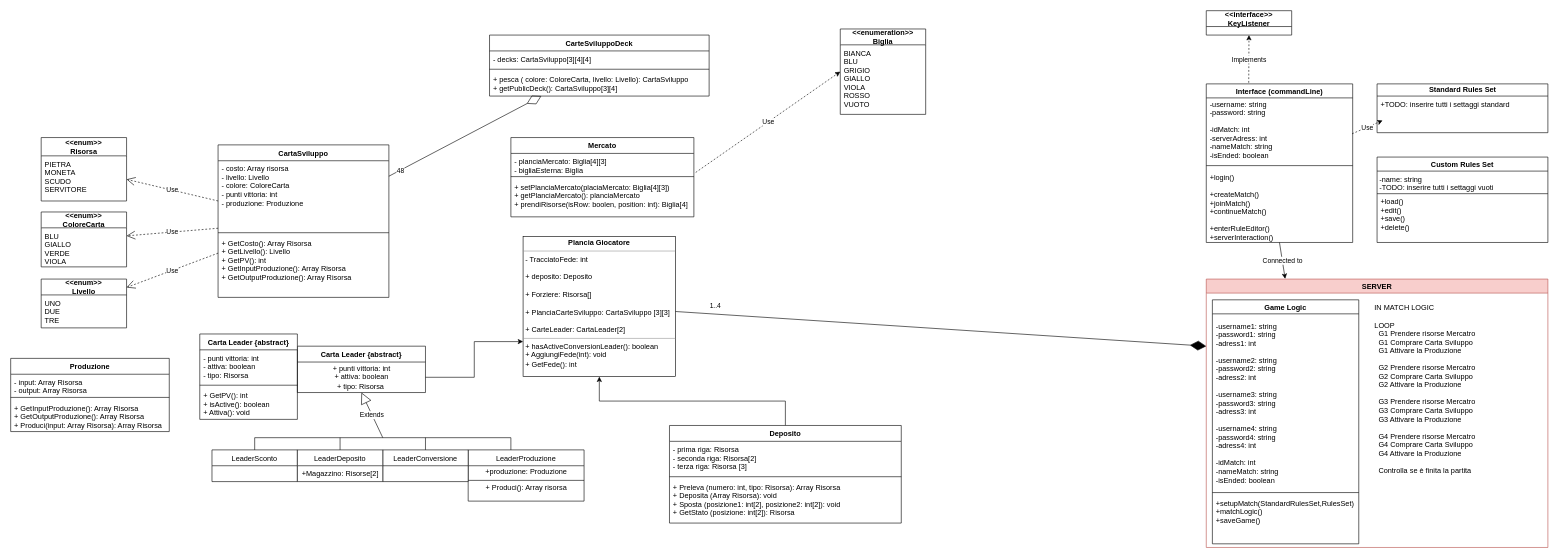
The draw.io diagram Untitled Diagram.drawio in DavideLancini/ing-sw-2021-Lancini-Gilli-Frigerio, before the edit. Source tidied: cells renumbered, new cells numbered last; positions are measured from the earlier drawing's top-left corner, leaving out a move shared by most shapes. Both pictures are drawn from the tidied source at 61%, with x=0, y=0 at pixel (10, 10).
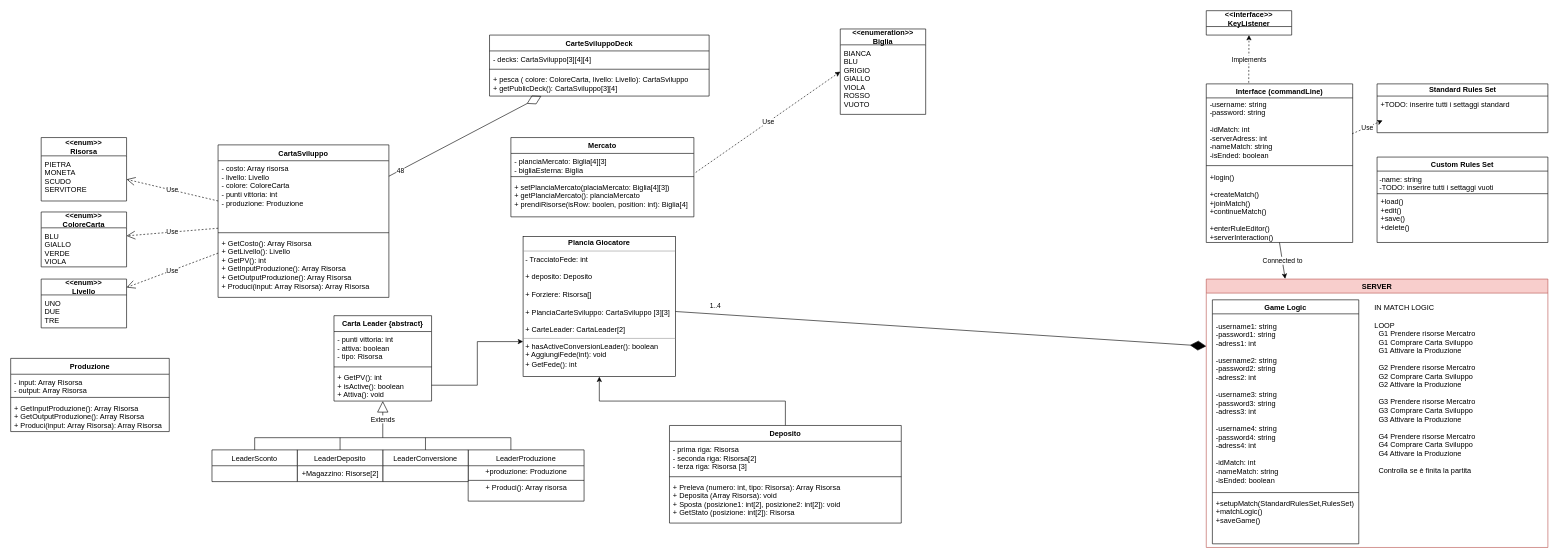
After the change.

The change refers to these unchanged cells:
```xml
<mxCell id="6" value="&lt;p style=&quot;margin: 0px ; margin-top: 4px ; text-align: center&quot;&gt;&lt;b&gt;Plancia Giocatore&lt;/b&gt;&lt;/p&gt;&lt;hr size=&quot;1&quot;&gt;&lt;p style=&quot;margin: 0px ; margin-left: 4px&quot;&gt;- TracciatoFede: int&lt;/p&gt;&lt;p style=&quot;margin: 0px ; margin-left: 4px&quot;&gt;&lt;br&gt;&lt;/p&gt;&lt;p style=&quot;margin: 0px ; margin-left: 4px&quot;&gt;+ deposito: Deposito&lt;/p&gt;&lt;p style=&quot;margin: 0px ; margin-left: 4px&quot;&gt;&lt;br&gt;&lt;/p&gt;&lt;p style=&quot;margin: 0px ; margin-left: 4px&quot;&gt;+ Forziere: Risorsa[]&lt;/p&gt;&lt;p style=&quot;margin: 0px ; margin-left: 4px&quot;&gt;&lt;br&gt;&lt;/p&gt;&lt;p style=&quot;margin: 0px ; margin-left: 4px&quot;&gt;+ PlanciaCarteSviluppo: CartaSviluppo [3][3]&lt;/p&gt;&lt;p style=&quot;margin: 0px ; margin-left: 4px&quot;&gt;&lt;br&gt;&lt;/p&gt;&lt;p style=&quot;margin: 0px ; margin-left: 4px&quot;&gt;+ CarteLeader: CartaLeader[2]&lt;/p&gt;&lt;hr size=&quot;1&quot;&gt;&lt;p style=&quot;margin: 0px ; margin-left: 4px&quot;&gt;+ hasActiveConversionLeader(): boolean&lt;/p&gt;&lt;p style=&quot;margin: 0px ; margin-left: 4px&quot;&gt;+ AggiungiFede(int): void&lt;br&gt;+ GetFede(): int&lt;/p&gt;" style="verticalAlign=top;align=left;overflow=fill;fontSize=12;fontFamily=Helvetica;html=1;" parent="1" vertex="1">
  <mxGeometry x="840" y="370" width="250" height="230" as="geometry" />
</mxCell>
<mxCell id="7" value="CartaSviluppo" style="swimlane;fontStyle=1;align=center;verticalAlign=top;horizontal=1;startSize=26;swimlaneFillColor=#ffffff;" parent="1" vertex="1">
  <mxGeometry x="340" y="220" width="280" height="250" as="geometry" />
</mxCell>
<mxCell id="84" value="+ GetPV(): int&#10;+ isActive(): boolean&#10;+ Attiva(): void" style="text;strokeColor=none;fillColor=none;align=left;verticalAlign=top;spacingLeft=4;spacingRight=4;overflow=hidden;points=[[0,0.5],[1,0.5]];portConstraint=eastwest;" parent="81" vertex="1">
  <mxGeometry y="88" width="160" height="52" as="geometry" />
</mxCell>
```

The edit, as a diff of the source:
```diff
@@
-    <mxCell id="10" value="+ GetCosto(): Array Risorsa&#10;+ GetLivello(): Livello&#10;+ GetPV(): int&#10;+ GetInputProduzione(): Array Risorsa&#10;+ GetOutputProduzione(): Array Risorsa" style="text;strokeColor=none;fillColor=none;align=left;verticalAlign=top;spacingLeft=4;spacingRight=4;overflow=hidden;" parent="7" vertex="1">
+    <mxCell id="10" value="+ GetCosto(): Array Risorsa&#10;+ GetLivello(): Livello&#10;+ GetPV(): int&#10;+ GetInputProduzione(): Array Risorsa&#10;+ GetOutputProduzione(): Array Risorsa&#10;+ Produci(input: Array Risorsa): Array Risorsa" style="text;strokeColor=none;fillColor=none;align=left;verticalAlign=top;spacingLeft=4;spacingRight=4;overflow=hidden;" parent="7" vertex="1">
       <mxGeometry y="148" width="280" height="102" as="geometry" />
     </mxCell>
-    <mxCell id="11" value="Carta Leader {abstract}" style="swimlane;fontStyle=1;horizontal=1;startSize=26;swimlaneFillColor=#ffffff;" parent="1" vertex="1">
-      <mxGeometry x="470" y="550" width="210" height="76" as="geometry" />
-    </mxCell>
-    <mxCell id="12" value="&lt;span style=&quot;text-align: left&quot;&gt;+ punti vittoria: int&lt;br&gt;+ attiva: boolean&lt;br&gt;+ tipo: Risorsa&amp;nbsp;&lt;/span&gt;" style="text;html=1;align=center;verticalAlign=middle;points=[];" parent="11" vertex="1">
-      <mxGeometry y="26" width="210" height="50" as="geometry" />
-    </mxCell>
@@
-    <mxCell id="15" value="Extends" style="endArrow=block;endSize=16;endFill=0;html=1;entryX=0.5;entryY=1;entryDx=0;entryDy=0;" parent="1" edge="1" target="11">
+    <mxCell id="15" value="Extends" style="endArrow=block;endSize=16;endFill=0;html=1;entryX=0.5;entryY=1;entryDx=0;entryDy=0;entryPerimeter=0;" parent="1" edge="1" target="84">
       <mxGeometry relative="1" as="geometry">
         <mxPoint x="610" y="700" as="sourcePoint" />
       </mxGeometry>
     </mxCell>
@@
-    <mxCell id="78" style="edgeStyle=orthogonalEdgeStyle;rounded=0;jettySize=auto;html=1;entryX=0;entryY=0.75;entryDx=0;entryDy=0;" parent="1" edge="1" source="12" target="6">
+    <mxCell id="78" style="edgeStyle=orthogonalEdgeStyle;rounded=0;jettySize=auto;html=1;entryX=0;entryY=0.75;entryDx=0;entryDy=0;exitX=1;exitY=0.5;exitDx=0;exitDy=0;" parent="1" edge="1" source="84" target="6">
       <mxGeometry relative="1" as="geometry" />
     </mxCell>
@@
     <mxCell id="81" value="Carta Leader {abstract}" style="swimlane;fontStyle=1;align=center;verticalAlign=top;horizontal=1;startSize=26;" parent="1" vertex="1">
-      <mxGeometry x="310" y="530" width="160" height="140" as="geometry" />
+      <mxGeometry x="530" y="500" width="160" height="140" as="geometry" />
     </mxCell>
```
